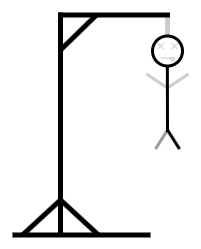
This is Hangman7.png from CubezPlayer/Discord-Bot, a draw.io export, as it was before one commit. Source tidied: cells renumbered, new cells last; positions are measured from the earlier drawing's top-left corner, leaving out a move shared by most shapes. The source it was exported from:
```xml
<mxGraphModel>
  <root>
    <mxCell id="0" />
    <mxCell id="1" parent="0" />
    <mxCell id="2" style="endArrow=none;html=1;rounded=0;strokeWidth=3;strokeColor=#999999;" parent="1" edge="1">
      <mxGeometry relative="1" as="geometry">
        <mxPoint x="155" y="117.5" as="sourcePoint" />
        <mxPoint x="143" y="136.5" as="targetPoint" />
      </mxGeometry>
    </mxCell>
    <mxCell id="3" style="endArrow=none;html=1;rounded=0;strokeWidth=3;strokeColor=#CCCCCC;" parent="1" edge="1">
      <mxGeometry relative="1" as="geometry">
        <mxPoint x="155" y="75.5" as="sourcePoint" />
        <mxPoint x="176" y="61.5" as="targetPoint" />
      </mxGeometry>
    </mxCell>
    <mxCell id="4" style="endArrow=none;html=1;rounded=0;strokeWidth=3;strokeColor=#CCCCCC;" parent="1" edge="1">
      <mxGeometry relative="1" as="geometry">
        <mxPoint x="155" y="75.5" as="sourcePoint" />
        <mxPoint x="134" y="61.5" as="targetPoint" />
      </mxGeometry>
    </mxCell>
    <mxCell id="5" style="endArrow=none;html=1;rounded=0;strokeWidth=5;" parent="1" edge="1">
      <mxGeometry relative="1" as="geometry">
        <mxPoint y="222.5" as="sourcePoint" />
        <mxPoint x="138" y="222.5" as="targetPoint" />
      </mxGeometry>
    </mxCell>
    <mxCell id="6" style="endArrow=none;html=1;rounded=0;strokeWidth=5;" parent="1" edge="1">
      <mxGeometry relative="1" as="geometry">
        <mxPoint x="48" as="sourcePoint" />
        <mxPoint x="48" y="222.5" as="targetPoint" />
      </mxGeometry>
    </mxCell>
    <mxCell id="7" style="endArrow=none;html=1;rounded=0;strokeWidth=5;strokeColor=#CCCCCC;" parent="1" edge="1">
      <mxGeometry relative="1" as="geometry">
        <mxPoint x="155" y="2.5" as="sourcePoint" />
        <mxPoint x="155" y="22.5" as="targetPoint" />
      </mxGeometry>
    </mxCell>
    <mxCell id="8" style="endArrow=none;html=1;rounded=0;strokeWidth=5;" parent="1" edge="1">
      <mxGeometry relative="1" as="geometry">
        <mxPoint x="46" y="2.5" as="sourcePoint" />
        <mxPoint x="157.5" y="2.5" as="targetPoint" />
      </mxGeometry>
    </mxCell>
    <mxCell id="9" style="ellipse;whiteSpace=wrap;html=1;strokeWidth=3;fillColor=none;" parent="1" vertex="1">
      <mxGeometry x="140" y="23.5" width="30" height="30" as="geometry" />
    </mxCell>
    <mxCell id="10" style="endArrow=none;html=1;rounded=0;strokeWidth=3;" parent="1" edge="1">
      <mxGeometry relative="1" as="geometry">
        <mxPoint x="155" y="119.5" as="sourcePoint" />
        <mxPoint x="154.9" y="53.5" as="targetPoint" />
      </mxGeometry>
    </mxCell>
    <mxCell id="11" style="endArrow=none;html=1;rounded=0;strokeWidth=3;" parent="1" edge="1">
      <mxGeometry relative="1" as="geometry">
        <mxPoint x="155" y="117.5" as="sourcePoint" />
        <mxPoint x="167" y="136.5" as="targetPoint" />
      </mxGeometry>
    </mxCell>
    <mxCell id="12" style="group;rotation=-45;" parent="1" vertex="1">
      <mxGeometry x="144" y="29.5" width="8" height="8" as="geometry" />
    </mxCell>
    <mxCell id="13" style="endArrow=none;html=1;rounded=0;strokeColor=#CCCCCC;" parent="12" edge="1">
      <mxGeometry relative="1" as="geometry">
        <mxPoint x="7" y="7" as="sourcePoint" />
        <mxPoint x="1" y="1" as="targetPoint" />
      </mxGeometry>
    </mxCell>
    <mxCell id="14" style="endArrow=none;html=1;rounded=0;strokeColor=#CCCCCC;" parent="12" edge="1">
      <mxGeometry relative="1" as="geometry">
        <mxPoint x="7" y="1" as="sourcePoint" />
        <mxPoint x="1" y="7" as="targetPoint" />
      </mxGeometry>
    </mxCell>
    <mxCell id="15" style="group;rotation=-45;" parent="1" vertex="1">
      <mxGeometry x="158" y="29.5" width="8" height="8" as="geometry" />
    </mxCell>
    <mxCell id="16" style="endArrow=none;html=1;rounded=0;strokeColor=#CCCCCC;" parent="15" edge="1">
      <mxGeometry relative="1" as="geometry">
        <mxPoint x="7" y="7" as="sourcePoint" />
        <mxPoint x="1" y="1" as="targetPoint" />
      </mxGeometry>
    </mxCell>
    <mxCell id="17" style="endArrow=none;html=1;rounded=0;strokeColor=#CCCCCC;" parent="15" edge="1">
      <mxGeometry relative="1" as="geometry">
        <mxPoint x="7" y="1" as="sourcePoint" />
        <mxPoint x="1" y="7" as="targetPoint" />
      </mxGeometry>
    </mxCell>
    <mxCell id="18" style="endArrow=none;html=1;rounded=1;curved=0;strokeColor=#CCCCCC;" parent="1" edge="1">
      <mxGeometry relative="1" as="geometry">
        <mxPoint x="147.5" y="45.5" as="sourcePoint" />
        <mxPoint x="162.5" y="45.5" as="targetPoint" />
      </mxGeometry>
    </mxCell>
    <mxCell id="19" style="shape=or;whiteSpace=wrap;html=1;rotation=90;fillColor=none;strokeColor=#CCCCCC;" parent="1" vertex="1">
      <mxGeometry x="158.5" y="45" width="3" height="4" as="geometry" />
    </mxCell>
    <mxCell id="20" style="endArrow=none;html=1;rounded=0;strokeWidth=5;" parent="1" edge="1">
      <mxGeometry relative="1" as="geometry">
        <mxPoint x="84" y="2.5" as="sourcePoint" />
        <mxPoint x="48" y="37.5" as="targetPoint" />
      </mxGeometry>
    </mxCell>
    <mxCell id="21" style="endArrow=none;html=1;rounded=0;strokeWidth=5;" parent="1" edge="1">
      <mxGeometry relative="1" as="geometry">
        <mxPoint x="48" y="187.5" as="sourcePoint" />
        <mxPoint x="86" y="222.5" as="targetPoint" />
      </mxGeometry>
    </mxCell>
    <mxCell id="22" style="endArrow=none;html=1;rounded=0;strokeWidth=5;" parent="1" edge="1">
      <mxGeometry relative="1" as="geometry">
        <mxPoint x="10" y="222.5" as="sourcePoint" />
        <mxPoint x="48" y="187.5" as="targetPoint" />
      </mxGeometry>
    </mxCell>
  </root>
</mxGraphModel>
```
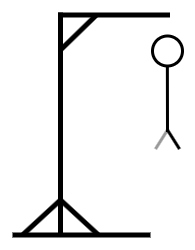
Above is the later version.

Change to the diagram source:
```diff
@@ -2,119 +2,62 @@
   <root>
     <mxCell id="0" />
     <mxCell id="1" parent="0" />
-    <mxCell id="2" style="endArrow=none;html=1;rounded=0;strokeWidth=3;strokeColor=#999999;" parent="1" edge="1">
-      <mxGeometry relative="1" as="geometry">
-        <mxPoint x="155" y="117.5" as="sourcePoint" />
-        <mxPoint x="143" y="136.5" as="targetPoint" />
-      </mxGeometry>
+    <mxCell id="2" style="ellipse;whiteSpace=wrap;html=1;strokeWidth=3;fillColor=none;" parent="1" vertex="1">
+      <mxGeometry x="140" y="23.5" width="30" height="30" as="geometry" />
     </mxCell>
-    <mxCell id="3" style="endArrow=none;html=1;rounded=0;strokeWidth=3;strokeColor=#CCCCCC;" parent="1" edge="1">
+    <mxCell id="3" style="endArrow=none;html=1;rounded=0;strokeWidth=3;strokeColor=#999999;" parent="1" edge="1">
       <mxGeometry relative="1" as="geometry">
-        <mxPoint x="155" y="75.5" as="sourcePoint" />
-        <mxPoint x="176" y="61.5" as="targetPoint" />
+        <mxPoint x="155" y="117.5" as="sourcePoint" />
+        <mxPoint x="143" y="136.5" as="targetPoint" />
       </mxGeometry>
     </mxCell>
-    <mxCell id="4" style="endArrow=none;html=1;rounded=0;strokeWidth=3;strokeColor=#CCCCCC;" parent="1" edge="1">
+    <mxCell id="4" style="endArrow=none;html=1;rounded=0;strokeWidth=5;" parent="1" edge="1">
       <mxGeometry relative="1" as="geometry">
-        <mxPoint x="155" y="75.5" as="sourcePoint" />
-        <mxPoint x="134" y="61.5" as="targetPoint" />
+        <mxPoint y="222.5" as="sourcePoint" />
+        <mxPoint x="138" y="222.5" as="targetPoint" />
       </mxGeometry>
     </mxCell>
     <mxCell id="5" style="endArrow=none;html=1;rounded=0;strokeWidth=5;" parent="1" edge="1">
       <mxGeometry relative="1" as="geometry">
-        <mxPoint y="222.5" as="sourcePoint" />
-        <mxPoint x="138" y="222.5" as="targetPoint" />
+        <mxPoint x="48" as="sourcePoint" />
+        <mxPoint x="48" y="222.5" as="targetPoint" />
       </mxGeometry>
     </mxCell>
     <mxCell id="6" style="endArrow=none;html=1;rounded=0;strokeWidth=5;" parent="1" edge="1">
       <mxGeometry relative="1" as="geometry">
-        <mxPoint x="48" as="sourcePoint" />
-        <mxPoint x="48" y="222.5" as="targetPoint" />
+        <mxPoint x="46" y="2.5" as="sourcePoint" />
+        <mxPoint x="157.5" y="2.5" as="targetPoint" />
       </mxGeometry>
     </mxCell>
-    <mxCell id="7" style="endArrow=none;html=1;rounded=0;strokeWidth=5;strokeColor=#CCCCCC;" parent="1" edge="1">
+    <mxCell id="7" style="endArrow=none;html=1;rounded=0;strokeWidth=3;" parent="1" edge="1">
       <mxGeometry relative="1" as="geometry">
-        <mxPoint x="155" y="2.5" as="sourcePoint" />
-        <mxPoint x="155" y="22.5" as="targetPoint" />
+        <mxPoint x="155" y="119.5" as="sourcePoint" />
+        <mxPoint x="154.9" y="53.5" as="targetPoint" />
       </mxGeometry>
     </mxCell>
-    <mxCell id="8" style="endArrow=none;html=1;rounded=0;strokeWidth=5;" parent="1" edge="1">
+    <mxCell id="8" style="endArrow=none;html=1;rounded=0;strokeWidth=3;" parent="1" edge="1">
       <mxGeometry relative="1" as="geometry">
-        <mxPoint x="46" y="2.5" as="sourcePoint" />
-        <mxPoint x="157.5" y="2.5" as="targetPoint" />
+        <mxPoint x="155" y="117.5" as="sourcePoint" />
+        <mxPoint x="167" y="136.5" as="targetPoint" />
       </mxGeometry>
     </mxCell>
-    <mxCell id="9" style="ellipse;whiteSpace=wrap;html=1;strokeWidth=3;fillColor=none;" parent="1" vertex="1">
-      <mxGeometry x="140" y="23.5" width="30" height="30" as="geometry" />
+    <mxCell id="9" style="endArrow=none;html=1;rounded=0;strokeWidth=5;" parent="1" edge="1">
+      <mxGeometry relative="1" as="geometry">
+        <mxPoint x="84" y="2.5" as="sourcePoint" />
+        <mxPoint x="48" y="37.5" as="targetPoint" />
+      </mxGeometry>
     </mxCell>
-    <mxCell id="10" style="endArrow=none;html=1;rounded=0;strokeWidth=3;" parent="1" edge="1">
+    <mxCell id="10" style="endArrow=none;html=1;rounded=0;strokeWidth=5;" parent="1" edge="1">
       <mxGeometry relative="1" as="geometry">
-        <mxPoint x="155" y="119.5" as="sourcePoint" />
-        <mxPoint x="154.9" y="53.5" as="targetPoint" />
+        <mxPoint x="48" y="187.5" as="sourcePoint" />
+        <mxPoint x="86" y="222.5" as="targetPoint" />
       </mxGeometry>
     </mxCell>
-    <mxCell id="11" style="endArrow=none;html=1;rounded=0;strokeWidth=3;" parent="1" edge="1">
+    <mxCell id="11" style="endArrow=none;html=1;rounded=0;strokeWidth=5;" parent="1" edge="1">
       <mxGeometry relative="1" as="geometry">
-        <mxPoint x="155" y="117.5" as="sourcePoint" />
-        <mxPoint x="167" y="136.5" as="targetPoint" />
+        <mxPoint x="10" y="222.5" as="sourcePoint" />
+        <mxPoint x="48" y="187.5" as="targetPoint" />
       </mxGeometry>
     </mxCell>
-    <mxCell id="12" style="group;rotation=-45;" parent="1" vertex="1">
-      <mxGeometry x="144" y="29.5" width="8" height="8" as="geometry" />
-    </mxCell>
-    <mxCell id="13" style="endArrow=none;html=1;rounded=0;strokeColor=#CCCCCC;" parent="12" edge="1">
-      <mxGeometry relative="1" as="geometry">
-        <mxPoint x="7" y="7" as="sourcePoint" />
-        <mxPoint x="1" y="1" as="targetPoint" />
-      </mxGeometry>
-    </mxCell>
-    <mxCell id="14" style="endArrow=none;html=1;rounded=0;strokeColor=#CCCCCC;" parent="12" edge="1">
-      <mxGeometry relative="1" as="geometry">
-        <mxPoint x="7" y="1" as="sourcePoint" />
-        <mxPoint x="1" y="7" as="targetPoint" />
-      </mxGeometry>
-    </mxCell>
-    <mxCell id="15" style="group;rotation=-45;" parent="1" vertex="1">
-      <mxGeometry x="158" y="29.5" width="8" height="8" as="geometry" />
-    </mxCell>
-    <mxCell id="16" style="endArrow=none;html=1;rounded=0;strokeColor=#CCCCCC;" parent="15" edge="1">
-      <mxGeometry relative="1" as="geometry">
-        <mxPoint x="7" y="7" as="sourcePoint" />
-        <mxPoint x="1" y="1" as="targetPoint" />
-      </mxGeometry>
-    </mxCell>
-    <mxCell id="17" style="endArrow=none;html=1;rounded=0;strokeColor=#CCCCCC;" parent="15" edge="1">
-      <mxGeometry relative="1" as="geometry">
-        <mxPoint x="7" y="1" as="sourcePoint" />
-        <mxPoint x="1" y="7" as="targetPoint" />
-      </mxGeometry>
-    </mxCell>
-    <mxCell id="18" style="endArrow=none;html=1;rounded=1;curved=0;strokeColor=#CCCCCC;" parent="1" edge="1">
-      <mxGeometry relative="1" as="geometry">
-        <mxPoint x="147.5" y="45.5" as="sourcePoint" />
-        <mxPoint x="162.5" y="45.5" as="targetPoint" />
-      </mxGeometry>
-    </mxCell>
-    <mxCell id="19" style="shape=or;whiteSpace=wrap;html=1;rotation=90;fillColor=none;strokeColor=#CCCCCC;" parent="1" vertex="1">
-      <mxGeometry x="158.5" y="45" width="3" height="4" as="geometry" />
-    </mxCell>
-    <mxCell id="20" style="endArrow=none;html=1;rounded=0;strokeWidth=5;" parent="1" edge="1">
-      <mxGeometry relative="1" as="geometry">
-        <mxPoint x="84" y="2.5" as="sourcePoint" />
-        <mxPoint x="48" y="37.5" as="targetPoint" />
-      </mxGeometry>
-    </mxCell>
-    <mxCell id="21" style="endArrow=none;html=1;rounded=0;strokeWidth=5;" parent="1" edge="1">
-      <mxGeometry relative="1" as="geometry">
-        <mxPoint x="48" y="187.5" as="sourcePoint" />
-        <mxPoint x="86" y="222.5" as="targetPoint" />
-      </mxGeometry>
-    </mxCell>
-    <mxCell id="22" style="endArrow=none;html=1;rounded=0;strokeWidth=5;" parent="1" edge="1">
-      <mxGeometry relative="1" as="geometry">
-        <mxPoint x="10" y="222.5" as="sourcePoint" />
-        <mxPoint x="48" y="187.5" as="targetPoint" />
-      </mxGeometry>
-    </mxCell>
   </root>
 </mxGraphModel>
```
